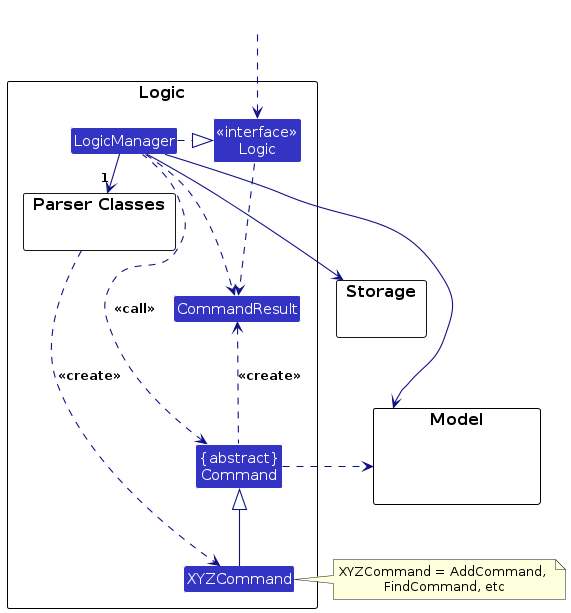
AY2627S1-CS2103T-T15-4/tp keeps this PlantUML diagram as diagrams/LogicClassDiagram.png. Above is the earlier version. Its source is kept beside it as diagrams/LogicClassDiagram.puml. Its diagram source:
```plantuml
@startuml
!include style.puml
skinparam arrowThickness 1.1
skinparam arrowColor LOGIC_COLOR_T4
skinparam classBackgroundColor LOGIC_COLOR

package Logic as LogicPackage {

package "Parser Classes" as ParserClasses{
}
Class XYZCommand
Class CommandResult
Class "{abstract}\nCommand" as Command


Class "<<interface>>\nLogic" as Logic
Class LogicManager
}

package Model {
Class HiddenModel #FFFFFF
}

package Storage {
}

Class HiddenOutside #FFFFFF
HiddenOutside ..> Logic

LogicManager .right.|> Logic
LogicManager -right->"1" ParserClasses
ParserClasses ..> XYZCommand : <<create>>

XYZCommand -up-|> Command
LogicManager .left.> Command : <<call>>

LogicManager --> Model
LogicManager --> Storage
Storage --[hidden] Model
Command .[hidden]up.> Storage
Command .right.> Model
note right of XYZCommand: XYZCommand = AddCommand, \nFindCommand, etc

Logic ..> CommandResult
LogicManager .down.> CommandResult
Command .up.> CommandResult : <<create>>
@enduml
```
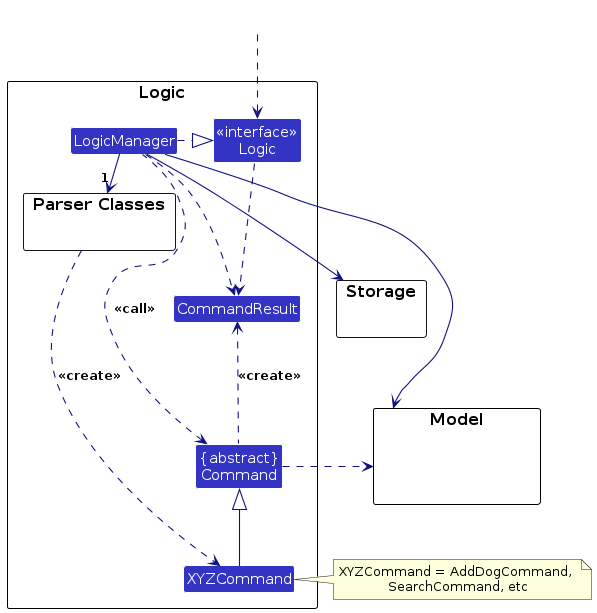
After the change.

What changed in the source:
```diff
@@ -39,7 +39,7 @@
 Storage --[hidden] Model
 Command .[hidden]up.> Storage
 Command .right.> Model
-note right of XYZCommand: XYZCommand = AddCommand, \nFindCommand, etc
+note right of XYZCommand: XYZCommand = AddDogCommand, \nSearchCommand, etc
 
 Logic ..> CommandResult
 LogicManager .down.> CommandResult
```
